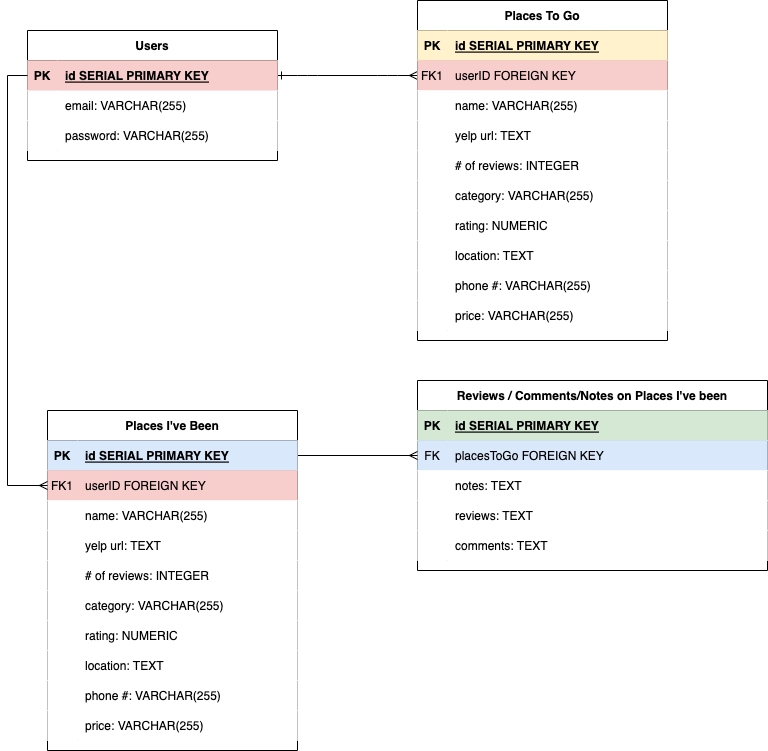
This is The-Travel-Buddy.drawio.png from taekim90/the-travel-buddy, a draw.io export, as it was before one commit. Source tidied: cells renumbered, new cells last; positions are measured from the earlier drawing's top-left corner, leaving out a move shared by most shapes.
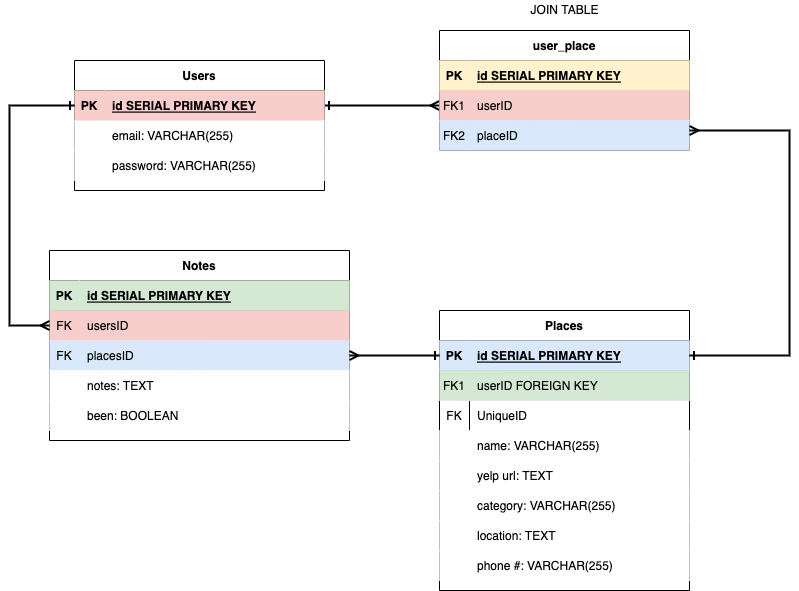
After the commit.

The edit, as a diff of the source:
```diff
@@ -4,7 +4,7 @@
     <mxCell id="1" parent="0" />
-    <mxCell id="2" style="edgeStyle=entityRelationEdgeStyle;endArrow=ERmany;startArrow=ERone;endFill=0;startFill=0;" parent="1" edge="1" source="35" target="7">
+    <mxCell id="2" style="edgeStyle=entityRelationEdgeStyle;endArrow=ERmany;startArrow=ERone;endFill=0;startFill=0;strokeWidth=2;" parent="1" edge="1" source="35" target="7">
       <mxGeometry relative="1" as="geometry" />
     </mxCell>
-    <mxCell id="3" value="Places To Go" style="shape=table;startSize=30;rowLines=0;fontStyle=1;align=center;" parent="1" vertex="1">
-      <mxGeometry x="390" width="250" height="340" as="geometry" />
+    <mxCell id="3" value="user_place" style="shape=table;startSize=30;rowLines=0;fontStyle=1;align=center;" parent="1" vertex="1">
+      <mxGeometry x="390" width="250" height="120" as="geometry" />
     </mxCell>
@@ -25,79 +25,16 @@
     </mxCell>
-    <mxCell id="9" value="userID FOREIGN KEY" style="shape=partialRectangle;overflow=hidden;fillColor=#f8cecc;top=0;left=0;bottom=0;right=0;align=left;spacingLeft=6;strokeColor=#b85450;" parent="7" vertex="1">
+    <mxCell id="9" value="userID" style="shape=partialRectangle;overflow=hidden;fillColor=#f8cecc;top=0;left=0;bottom=0;right=0;align=left;spacingLeft=6;strokeColor=#b85450;" parent="7" vertex="1">
       <mxGeometry x="30" width="220" height="30" as="geometry" />
     </mxCell>
-    <mxCell id="10" style="shape=partialRectangle;top=0;left=0;right=0;bottom=0;" parent="3" vertex="1">
-      <mxGeometry y="90" width="250" height="30" as="geometry" />
-    </mxCell>
-    <mxCell id="11" style="shape=partialRectangle;overflow=hidden;top=0;left=0;bottom=0;right=0;" parent="10" vertex="1">
-      <mxGeometry width="30" height="30" as="geometry" />
-    </mxCell>
-    <mxCell id="12" value="name: VARCHAR(255)" style="shape=partialRectangle;overflow=hidden;top=0;left=0;bottom=0;right=0;align=left;spacingLeft=6;" parent="10" vertex="1">
-      <mxGeometry x="30" width="220" height="30" as="geometry" />
-    </mxCell>
-    <mxCell id="13" style="shape=tableRow;horizontal=0;startSize=0;swimlaneHead=0;swimlaneBody=0;top=0;left=0;right=0;bottom=0;" parent="3" vertex="1">
-      <mxGeometry y="120" width="250" height="30" as="geometry" />
-    </mxCell>
-    <mxCell id="14" style="shape=partialRectangle;top=0;left=0;bottom=0;right=0;overflow=hidden;" parent="13" vertex="1">
-      <mxGeometry width="30" height="30" as="geometry" />
-    </mxCell>
-    <mxCell id="15" value="yelp url: TEXT" style="shape=partialRectangle;top=0;left=0;bottom=0;right=0;align=left;spacingLeft=6;overflow=hidden;" parent="13" vertex="1">
-      <mxGeometry x="30" width="220" height="30" as="geometry" />
-    </mxCell>
-    <mxCell id="16" style="shape=tableRow;horizontal=0;startSize=0;swimlaneHead=0;swimlaneBody=0;top=0;left=0;right=0;bottom=0;" parent="3" vertex="1">
-      <mxGeometry y="150" width="250" height="30" as="geometry" />
-    </mxCell>
-    <mxCell id="17" style="shape=partialRectangle;top=0;left=0;bottom=0;right=0;overflow=hidden;" parent="16" vertex="1">
-      <mxGeometry width="30" height="30" as="geometry" />
-    </mxCell>
-    <mxCell id="18" value="# of reviews: INTEGER" style="shape=partialRectangle;top=0;left=0;bottom=0;right=0;align=left;spacingLeft=6;overflow=hidden;" parent="16" vertex="1">
-      <mxGeometry x="30" width="220" height="30" as="geometry" />
-    </mxCell>
-    <mxCell id="19" style="shape=tableRow;horizontal=0;startSize=0;swimlaneHead=0;swimlaneBody=0;top=0;left=0;right=0;bottom=0;" parent="3" vertex="1">
-      <mxGeometry y="180" width="250" height="30" as="geometry" />
-    </mxCell>
-    <mxCell id="20" style="shape=partialRectangle;top=0;left=0;bottom=0;right=0;overflow=hidden;" parent="19" vertex="1">
-      <mxGeometry width="30" height="30" as="geometry" />
-    </mxCell>
-    <mxCell id="21" value="category: VARCHAR(255)" style="shape=partialRectangle;top=0;left=0;bottom=0;right=0;align=left;spacingLeft=6;overflow=hidden;" parent="19" vertex="1">
-      <mxGeometry x="30" width="220" height="30" as="geometry" />
-    </mxCell>
-    <mxCell id="22" style="shape=tableRow;horizontal=0;startSize=0;swimlaneHead=0;swimlaneBody=0;top=0;left=0;right=0;bottom=0;" parent="3" vertex="1">
-      <mxGeometry y="210" width="250" height="30" as="geometry" />
-    </mxCell>
-    <mxCell id="23" style="shape=partialRectangle;top=0;left=0;bottom=0;right=0;overflow=hidden;" parent="22" vertex="1">
-      <mxGeometry width="30" height="30" as="geometry" />
-    </mxCell>
-    <mxCell id="24" value="rating: NUMERIC" style="shape=partialRectangle;top=0;left=0;bottom=0;right=0;align=left;spacingLeft=6;overflow=hidden;" parent="22" vertex="1">
-      <mxGeometry x="30" width="220" height="30" as="geometry" />
-    </mxCell>
-    <mxCell id="25" style="shape=tableRow;horizontal=0;startSize=0;swimlaneHead=0;swimlaneBody=0;top=0;left=0;right=0;bottom=0;" parent="3" vertex="1">
-      <mxGeometry y="240" width="250" height="30" as="geometry" />
-    </mxCell>
-    <mxCell id="26" style="shape=partialRectangle;top=0;left=0;bottom=0;right=0;overflow=hidden;" parent="25" vertex="1">
-      <mxGeometry width="30" height="30" as="geometry" />
-    </mxCell>
-    <mxCell id="27" value="location: TEXT" style="shape=partialRectangle;top=0;left=0;bottom=0;right=0;align=left;spacingLeft=6;overflow=hidden;" parent="25" vertex="1">
-      <mxGeometry x="30" width="220" height="30" as="geometry" />
-    </mxCell>
-    <mxCell id="28" style="shape=tableRow;horizontal=0;startSize=0;swimlaneHead=0;swimlaneBody=0;top=0;left=0;right=0;bottom=0;" parent="3" vertex="1">
-      <mxGeometry y="270" width="250" height="30" as="geometry" />
-    </mxCell>
-    <mxCell id="29" style="shape=partialRectangle;top=0;left=0;bottom=0;right=0;overflow=hidden;" parent="28" vertex="1">
-      <mxGeometry width="30" height="30" as="geometry" />
-    </mxCell>
-    <mxCell id="30" value="phone #: VARCHAR(255)" style="shape=partialRectangle;top=0;left=0;bottom=0;right=0;align=left;spacingLeft=6;overflow=hidden;" parent="28" vertex="1">
-      <mxGeometry x="30" width="220" height="30" as="geometry" />
-    </mxCell>
-    <mxCell id="31" style="shape=tableRow;horizontal=0;startSize=0;swimlaneHead=0;swimlaneBody=0;top=0;left=0;right=0;bottom=0;" parent="3" vertex="1">
-      <mxGeometry y="300" width="250" height="30" as="geometry" />
-    </mxCell>
-    <mxCell id="32" style="shape=partialRectangle;top=0;left=0;bottom=0;right=0;overflow=hidden;" parent="31" vertex="1">
-      <mxGeometry width="30" height="30" as="geometry" />
-    </mxCell>
-    <mxCell id="33" value="price: VARCHAR(255)" style="shape=partialRectangle;top=0;left=0;bottom=0;right=0;align=left;spacingLeft=6;overflow=hidden;" parent="31" vertex="1">
-      <mxGeometry x="30" width="220" height="30" as="geometry" />
-    </mxCell>
+    <mxCell id="93" style="shape=tableRow;horizontal=0;startSize=0;swimlaneHead=0;swimlaneBody=0;top=0;left=0;right=0;bottom=0;fillColor=#dae8fc;strokeColor=#6c8ebf;" parent="3" vertex="1">
+      <mxGeometry y="90" width="250" height="30" as="geometry" />
+    </mxCell>
+    <mxCell id="94" value="FK2" style="shape=partialRectangle;top=0;left=0;bottom=0;right=0;fontStyle=0;overflow=hidden;fillColor=#dae8fc;strokeColor=#6c8ebf;" parent="93" vertex="1">
+      <mxGeometry width="30" height="30" as="geometry" />
+    </mxCell>
+    <mxCell id="95" value="placeID" style="shape=partialRectangle;top=0;left=0;bottom=0;right=0;align=left;spacingLeft=6;fontStyle=0;overflow=hidden;fillColor=#dae8fc;strokeColor=#6c8ebf;" parent="93" vertex="1">
+      <mxGeometry x="30" width="220" height="30" as="geometry" />
+    </mxCell>
     <mxCell id="34" value="Users" style="shape=table;startSize=30;rowLines=0;fontStyle=1;align=center;" parent="1" vertex="1">
-      <mxGeometry y="30" width="250" height="130" as="geometry" />
+      <mxGeometry x="25" y="30" width="250" height="130" as="geometry" />
     </mxCell>
@@ -130,7 +67,7 @@
     </mxCell>
-    <mxCell id="44" value="Reviews / Comments/Notes on Places I've been" style="shape=table;startSize=30;rowLines=0;fontStyle=1;align=center;" parent="1" vertex="1">
-      <mxGeometry x="390" y="380" width="350" height="190" as="geometry" />
+    <mxCell id="44" value="Notes" style="shape=table;startSize=30;rowLines=0;fontStyle=1;align=center;" parent="1" vertex="1">
+      <mxGeometry y="220" width="300" height="190" as="geometry" />
     </mxCell>
     <mxCell id="45" style="shape=tableRow;horizontal=0;startSize=0;swimlaneHead=0;swimlaneBody=0;fillColor=#d5e8d4;top=0;left=0;right=0;bottom=1;strokeColor=#82b366;" parent="44" vertex="1">
-      <mxGeometry y="30" width="350" height="30" as="geometry" />
+      <mxGeometry y="30" width="300" height="30" as="geometry" />
     </mxCell>
@@ -140,15 +77,24 @@
     <mxCell id="47" value="id SERIAL PRIMARY KEY" style="shape=partialRectangle;fillColor=#d5e8d4;top=0;left=0;bottom=0;right=0;align=left;spacingLeft=6;fontStyle=5;overflow=hidden;strokeColor=#82b366;" parent="45" vertex="1">
-      <mxGeometry x="30" width="320" height="30" as="geometry" />
+      <mxGeometry x="30" width="270" height="30" as="geometry" />
     </mxCell>
-    <mxCell id="48" style="shape=tableRow;horizontal=0;startSize=0;swimlaneHead=0;swimlaneBody=0;fillColor=#dae8fc;points=[[0,0.5],[1,0.5]];portConstraint=eastwest;top=0;left=0;right=0;bottom=0;strokeColor=#6c8ebf;" parent="44" vertex="1">
-      <mxGeometry y="60" width="350" height="30" as="geometry" />
+    <mxCell id="48" style="shape=tableRow;horizontal=0;startSize=0;swimlaneHead=0;swimlaneBody=0;fillColor=#f8cecc;points=[[0,0.5],[1,0.5]];portConstraint=eastwest;top=0;left=0;right=0;bottom=0;strokeColor=#b85450;" parent="44" vertex="1">
+      <mxGeometry y="60" width="300" height="30" as="geometry" />
     </mxCell>
-    <mxCell id="49" value="FK" style="shape=partialRectangle;fillColor=#dae8fc;top=0;left=0;bottom=0;right=0;fontStyle=0;overflow=hidden;strokeColor=#6c8ebf;" parent="48" vertex="1">
+    <mxCell id="49" value="FK" style="shape=partialRectangle;fillColor=#f8cecc;top=0;left=0;bottom=0;right=0;fontStyle=0;overflow=hidden;strokeColor=#b85450;" parent="48" vertex="1">
       <mxGeometry width="30" height="30" as="geometry" />
     </mxCell>
-    <mxCell id="50" value="placesToGo FOREIGN KEY" style="shape=partialRectangle;fillColor=#dae8fc;top=0;left=0;bottom=0;right=0;align=left;spacingLeft=6;fontStyle=0;overflow=hidden;strokeColor=#6c8ebf;" parent="48" vertex="1">
-      <mxGeometry x="30" width="320" height="30" as="geometry" />
+    <mxCell id="50" value="usersID" style="shape=partialRectangle;fillColor=#f8cecc;top=0;left=0;bottom=0;right=0;align=left;spacingLeft=6;fontStyle=0;overflow=hidden;strokeColor=#b85450;" parent="48" vertex="1">
+      <mxGeometry x="30" width="270" height="30" as="geometry" />
     </mxCell>
+    <mxCell id="96" style="shape=tableRow;horizontal=0;startSize=0;swimlaneHead=0;swimlaneBody=0;fillColor=#dae8fc;points=[[0,0.5],[1,0.5]];portConstraint=eastwest;top=0;left=0;right=0;bottom=0;strokeColor=#6c8ebf;" parent="44" vertex="1">
+      <mxGeometry y="90" width="300" height="30" as="geometry" />
+    </mxCell>
+    <mxCell id="97" value="FK" style="shape=partialRectangle;fillColor=#dae8fc;top=0;left=0;bottom=0;right=0;fontStyle=0;overflow=hidden;strokeColor=#6c8ebf;" parent="96" vertex="1">
+      <mxGeometry width="30" height="30" as="geometry" />
+    </mxCell>
+    <mxCell id="98" value="placesID" style="shape=partialRectangle;fillColor=#dae8fc;top=0;left=0;bottom=0;right=0;align=left;spacingLeft=6;fontStyle=0;overflow=hidden;strokeColor=#6c8ebf;" parent="96" vertex="1">
+      <mxGeometry x="30" width="270" height="30" as="geometry" />
+    </mxCell>
     <mxCell id="51" style="shape=tableRow;horizontal=0;startSize=0;swimlaneHead=0;swimlaneBody=0;top=0;left=0;right=0;bottom=0;" parent="44" vertex="1">
-      <mxGeometry y="90" width="350" height="30" as="geometry" />
+      <mxGeometry y="120" width="300" height="30" as="geometry" />
     </mxCell>
@@ -158,29 +104,15 @@
     <mxCell id="53" value="notes: TEXT" style="shape=partialRectangle;top=0;left=0;bottom=0;right=0;align=left;spacingLeft=6;overflow=hidden;" parent="51" vertex="1">
-      <mxGeometry x="30" width="320" height="30" as="geometry" />
+      <mxGeometry x="30" width="270" height="30" as="geometry" />
     </mxCell>
-    <mxCell id="54" style="shape=tableRow;horizontal=0;startSize=0;swimlaneHead=0;swimlaneBody=0;top=0;left=0;right=0;bottom=0;" parent="44" vertex="1">
-      <mxGeometry y="120" width="350" height="30" as="geometry" />
-    </mxCell>
-    <mxCell id="55" style="shape=partialRectangle;top=0;left=0;bottom=0;right=0;overflow=hidden;" parent="54" vertex="1">
-      <mxGeometry width="30" height="30" as="geometry" />
-    </mxCell>
-    <mxCell id="56" value="reviews: TEXT" style="shape=partialRectangle;top=0;left=0;bottom=0;right=0;align=left;spacingLeft=6;overflow=hidden;" parent="54" vertex="1">
-      <mxGeometry x="30" width="320" height="30" as="geometry" />
-    </mxCell>
-    <mxCell id="57" style="shape=tableRow;horizontal=0;startSize=0;swimlaneHead=0;swimlaneBody=0;top=0;left=0;right=0;bottom=0;" parent="44" vertex="1">
-      <mxGeometry y="150" width="350" height="30" as="geometry" />
-    </mxCell>
-    <mxCell id="58" style="shape=partialRectangle;top=0;left=0;bottom=0;right=0;overflow=hidden;" parent="57" vertex="1">
-      <mxGeometry width="30" height="30" as="geometry" />
-    </mxCell>
-    <mxCell id="59" value="comments: TEXT" style="shape=partialRectangle;top=0;left=0;bottom=0;right=0;align=left;spacingLeft=6;overflow=hidden;" parent="57" vertex="1">
-      <mxGeometry x="30" width="320" height="30" as="geometry" />
-    </mxCell>
-    <mxCell id="60" style="edgeStyle=orthogonalEdgeStyle;rounded=0;jettySize=auto;html=1;exitX=1;exitY=0.5;exitDx=0;exitDy=0;entryX=0;entryY=0.5;entryDx=0;entryDy=0;endArrow=ERmany;endFill=0;" parent="1" edge="1" target="48">
-      <mxGeometry relative="1" as="geometry">
-        <mxPoint x="270" y="435" as="sourcePoint" />
-      </mxGeometry>
-    </mxCell>
+    <mxCell id="99" style="shape=tableRow;horizontal=0;startSize=0;swimlaneHead=0;swimlaneBody=0;top=0;left=0;right=0;bottom=0;" parent="44" vertex="1">
+      <mxGeometry y="150" width="300" height="30" as="geometry" />
+    </mxCell>
+    <mxCell id="100" style="shape=partialRectangle;top=0;left=0;bottom=0;right=0;overflow=hidden;" parent="99" vertex="1">
+      <mxGeometry width="30" height="30" as="geometry" />
+    </mxCell>
+    <mxCell id="101" value="been: BOOLEAN" style="shape=partialRectangle;top=0;left=0;bottom=0;right=0;align=left;spacingLeft=6;overflow=hidden;" parent="99" vertex="1">
+      <mxGeometry x="30" width="270" height="30" as="geometry" />
+    </mxCell>
-    <mxCell id="61" value="Places I've Been" style="shape=table;startSize=30;rowLines=0;fontStyle=1;align=center;" parent="1" vertex="1">
-      <mxGeometry x="20" y="410" width="250" height="340" as="geometry" />
+    <mxCell id="61" value="Places" style="shape=table;startSize=30;rowLines=0;fontStyle=1;align=center;" parent="1" vertex="1">
+      <mxGeometry x="390" y="280" width="250" height="280" as="geometry" />
     </mxCell>
@@ -195,13 +127,22 @@
     </mxCell>
-    <mxCell id="65" style="shape=partialRectangle;fillColor=#f8cecc;points=[[0,0.5],[1,0.5]];portConstraint=eastwest;top=0;left=0;right=0;bottom=0;strokeColor=#b85450;" parent="61" vertex="1">
+    <mxCell id="65" style="shape=partialRectangle;fillColor=#d5e8d4;points=[[0,0.5],[1,0.5]];portConstraint=eastwest;top=0;left=0;right=0;bottom=0;strokeColor=#82b366;" parent="61" vertex="1">
       <mxGeometry y="60" width="250" height="30" as="geometry" />
     </mxCell>
-    <mxCell id="66" value="FK1" style="shape=partialRectangle;overflow=hidden;fillColor=#f8cecc;top=0;left=0;bottom=0;right=0;strokeColor=#b85450;" parent="65" vertex="1">
+    <mxCell id="66" value="FK1" style="shape=partialRectangle;overflow=hidden;fillColor=#d5e8d4;top=0;left=0;bottom=0;right=0;strokeColor=#82b366;" parent="65" vertex="1">
       <mxGeometry width="30" height="30" as="geometry" />
     </mxCell>
-    <mxCell id="67" value="userID FOREIGN KEY" style="shape=partialRectangle;overflow=hidden;fillColor=#f8cecc;top=0;left=0;bottom=0;right=0;align=left;spacingLeft=6;strokeColor=#b85450;" parent="65" vertex="1">
+    <mxCell id="67" value="userID FOREIGN KEY" style="shape=partialRectangle;overflow=hidden;fillColor=#d5e8d4;top=0;left=0;bottom=0;right=0;align=left;spacingLeft=6;strokeColor=#82b366;" parent="65" vertex="1">
       <mxGeometry x="30" width="220" height="30" as="geometry" />
     </mxCell>
+    <mxCell id="102" style="shape=tableRow;horizontal=0;startSize=0;swimlaneHead=0;swimlaneBody=0;fillColor=none;top=0;left=0;right=0;bottom=0;" parent="61" vertex="1">
+      <mxGeometry y="90" width="250" height="30" as="geometry" />
+    </mxCell>
+    <mxCell id="103" value="FK" style="shape=partialRectangle;fillColor=none;top=0;left=0;bottom=0;right=0;fontStyle=0;overflow=hidden;" parent="102" vertex="1">
+      <mxGeometry width="30" height="30" as="geometry" />
+    </mxCell>
+    <mxCell id="104" value="UniqueID" style="shape=partialRectangle;fillColor=none;top=0;left=0;bottom=0;right=0;align=left;spacingLeft=6;fontStyle=0;overflow=hidden;" parent="102" vertex="1">
+      <mxGeometry x="30" width="220" height="30" as="geometry" />
+    </mxCell>
     <mxCell id="68" style="shape=partialRectangle;top=0;left=0;right=0;bottom=0;" parent="61" vertex="1">
-      <mxGeometry y="90" width="250" height="30" as="geometry" />
+      <mxGeometry y="120" width="250" height="30" as="geometry" />
     </mxCell>
@@ -214,3 +155,3 @@
     <mxCell id="71" style="shape=tableRow;horizontal=0;startSize=0;swimlaneHead=0;swimlaneBody=0;top=0;left=0;right=0;bottom=0;" parent="61" vertex="1">
-      <mxGeometry y="120" width="250" height="30" as="geometry" />
+      <mxGeometry y="150" width="250" height="30" as="geometry" />
     </mxCell>
@@ -222,11 +163,2 @@
     </mxCell>
-    <mxCell id="74" style="shape=tableRow;horizontal=0;startSize=0;swimlaneHead=0;swimlaneBody=0;top=0;left=0;right=0;bottom=0;" parent="61" vertex="1">
-      <mxGeometry y="150" width="250" height="30" as="geometry" />
-    </mxCell>
-    <mxCell id="75" style="shape=partialRectangle;top=0;left=0;bottom=0;right=0;overflow=hidden;" parent="74" vertex="1">
-      <mxGeometry width="30" height="30" as="geometry" />
-    </mxCell>
-    <mxCell id="76" value="# of reviews: INTEGER" style="shape=partialRectangle;top=0;left=0;bottom=0;right=0;align=left;spacingLeft=6;overflow=hidden;" parent="74" vertex="1">
-      <mxGeometry x="30" width="220" height="30" as="geometry" />
-    </mxCell>
     <mxCell id="77" style="shape=tableRow;horizontal=0;startSize=0;swimlaneHead=0;swimlaneBody=0;top=0;left=0;right=0;bottom=0;" parent="61" vertex="1">
@@ -240,13 +172,4 @@
     </mxCell>
-    <mxCell id="80" style="shape=tableRow;horizontal=0;startSize=0;swimlaneHead=0;swimlaneBody=0;top=0;left=0;right=0;bottom=0;" parent="61" vertex="1">
-      <mxGeometry y="210" width="250" height="30" as="geometry" />
-    </mxCell>
-    <mxCell id="81" style="shape=partialRectangle;top=0;left=0;bottom=0;right=0;overflow=hidden;" parent="80" vertex="1">
-      <mxGeometry width="30" height="30" as="geometry" />
-    </mxCell>
-    <mxCell id="82" value="rating: NUMERIC" style="shape=partialRectangle;top=0;left=0;bottom=0;right=0;align=left;spacingLeft=6;overflow=hidden;" parent="80" vertex="1">
-      <mxGeometry x="30" width="220" height="30" as="geometry" />
-    </mxCell>
     <mxCell id="83" style="shape=tableRow;horizontal=0;startSize=0;swimlaneHead=0;swimlaneBody=0;top=0;left=0;right=0;bottom=0;" parent="61" vertex="1">
-      <mxGeometry y="240" width="250" height="30" as="geometry" />
+      <mxGeometry y="210" width="250" height="30" as="geometry" />
     </mxCell>
@@ -259,3 +182,3 @@
     <mxCell id="86" style="shape=tableRow;horizontal=0;startSize=0;swimlaneHead=0;swimlaneBody=0;top=0;left=0;right=0;bottom=0;" parent="61" vertex="1">
-      <mxGeometry y="270" width="250" height="30" as="geometry" />
+      <mxGeometry y="240" width="250" height="30" as="geometry" />
     </mxCell>
@@ -267,14 +190,25 @@
     </mxCell>
-    <mxCell id="89" style="shape=tableRow;horizontal=0;startSize=0;swimlaneHead=0;swimlaneBody=0;top=0;left=0;right=0;bottom=0;" parent="61" vertex="1">
-      <mxGeometry y="300" width="250" height="30" as="geometry" />
-    </mxCell>
-    <mxCell id="90" style="shape=partialRectangle;top=0;left=0;bottom=0;right=0;overflow=hidden;" parent="89" vertex="1">
-      <mxGeometry width="30" height="30" as="geometry" />
-    </mxCell>
-    <mxCell id="91" value="price: VARCHAR(255)" style="shape=partialRectangle;top=0;left=0;bottom=0;right=0;align=left;spacingLeft=6;overflow=hidden;" parent="89" vertex="1">
-      <mxGeometry x="30" width="220" height="30" as="geometry" />
-    </mxCell>
-    <mxCell id="92" style="edgeStyle=orthogonalEdgeStyle;rounded=0;jettySize=auto;html=1;exitX=0;exitY=0.5;exitDx=0;exitDy=0;entryX=0;entryY=0.5;entryDx=0;entryDy=0;endArrow=ERmany;endFill=0;" parent="1" edge="1" source="35" target="65">
-      <mxGeometry relative="1" as="geometry" />
-    </mxCell>
+    <mxCell id="105" value="JOIN TABLE" style="text;html=1;align=center;verticalAlign=middle;strokeColor=none;fillColor=none;" parent="1" vertex="1">
+      <mxGeometry x="475" y="-30" width="80" height="20" as="geometry" />
+    </mxCell>
+    <mxCell id="106" style="edgeStyle=orthogonalEdgeStyle;rounded=0;jettySize=auto;html=1;exitX=0;exitY=0.5;exitDx=0;exitDy=0;entryX=0;entryY=0.5;entryDx=0;entryDy=0;startArrow=ERone;startFill=0;endArrow=ERmany;endFill=0;strokeWidth=2;" parent="1" edge="1" source="35" target="48">
+      <mxGeometry relative="1" as="geometry">
+        <Array as="points">
+          <mxPoint x="-40" y="75" />
+          <mxPoint x="-40" y="295" />
+        </Array>
+      </mxGeometry>
+    </mxCell>
+    <mxCell id="107" style="edgeStyle=orthogonalEdgeStyle;rounded=0;jettySize=auto;html=1;exitX=1;exitY=0.5;exitDx=0;exitDy=0;startArrow=ERone;startFill=0;endArrow=ERmany;endFill=0;strokeWidth=2;" parent="1" edge="1" source="62">
+      <mxGeometry relative="1" as="geometry">
+        <mxPoint x="640" y="100" as="targetPoint" />
+        <Array as="points">
+          <mxPoint x="740" y="325" />
+          <mxPoint x="740" y="100" />
+        </Array>
+      </mxGeometry>
+    </mxCell>
+    <mxCell id="108" style="edgeStyle=orthogonalEdgeStyle;rounded=0;jettySize=auto;html=1;exitX=0;exitY=0.5;exitDx=0;exitDy=0;entryX=1;entryY=0.5;entryDx=0;entryDy=0;startArrow=ERone;startFill=0;endArrow=ERmany;endFill=0;strokeWidth=2;" parent="1" edge="1" source="62" target="96">
+      <mxGeometry relative="1" as="geometry" />
+    </mxCell>
   </root>
```
